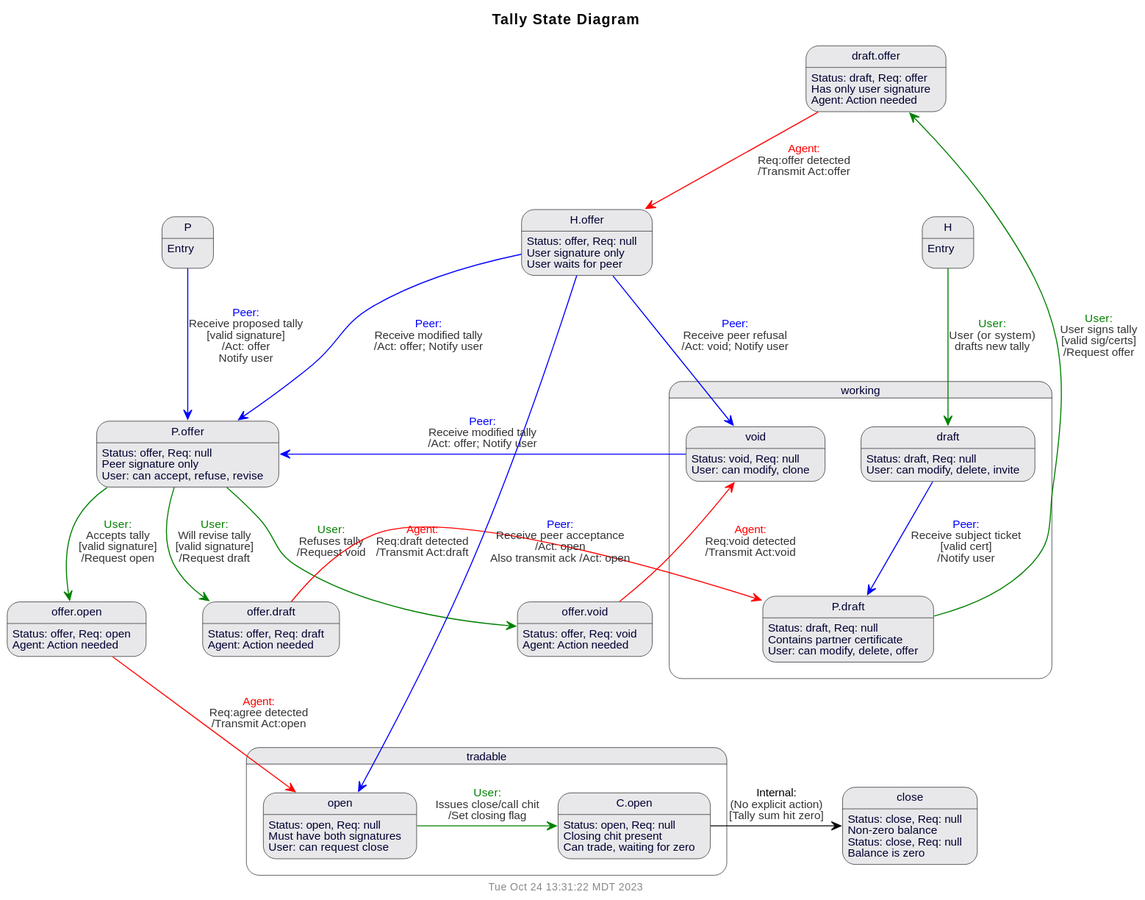
This is doc/uml/state-tally.svg from gotchoices/MyCHIPs, a PlantUML export, as it was before one commit.
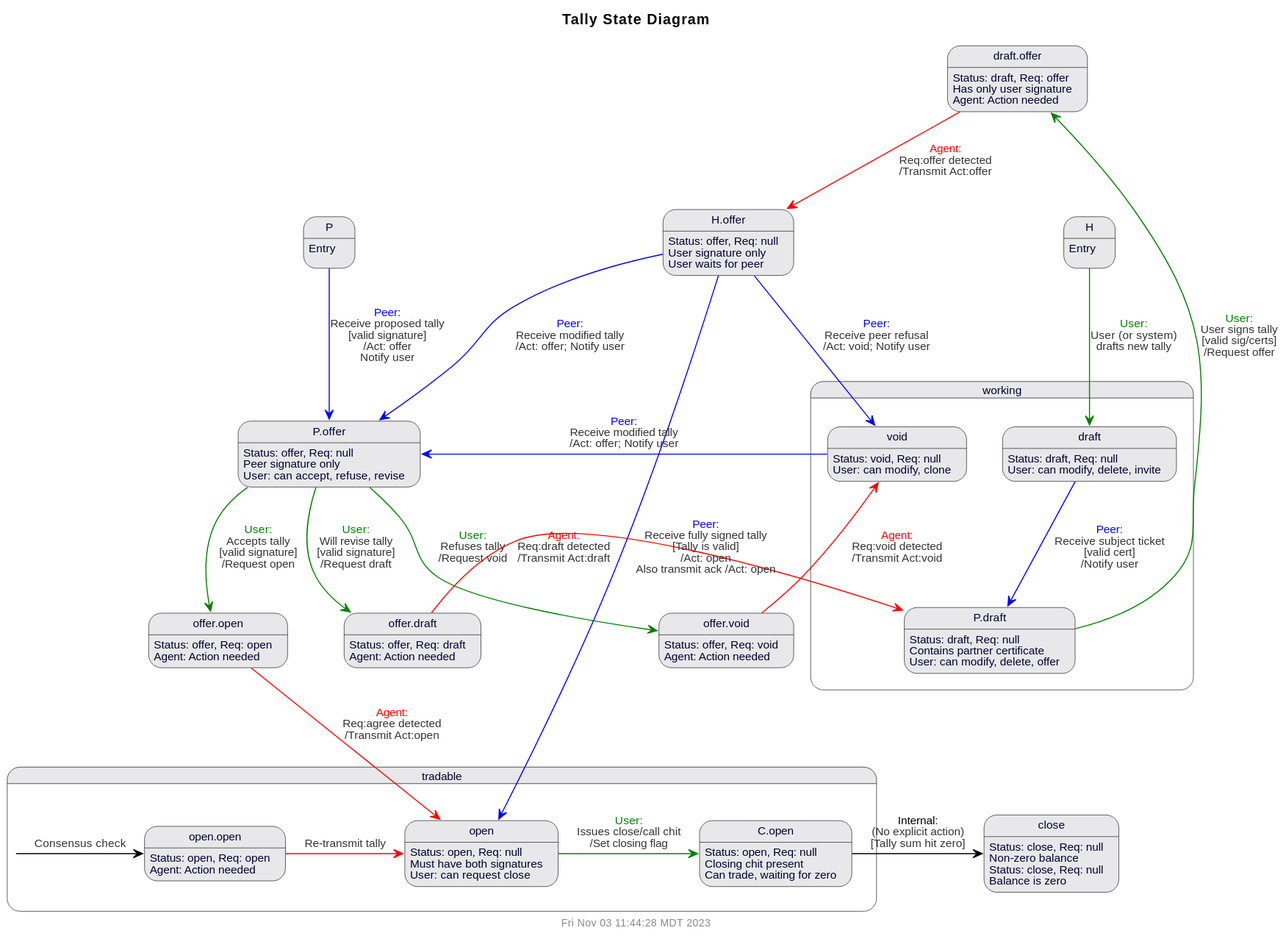
The same diagram one commit later.

Change to the diagram source:
```diff
@@ -13,6 +13,7 @@
 }
 state tradable {
   state "open" as open
+  state "open.open" as openOpen
   state "C.open" as cOpen
 }
 state "P.offer" as pOffer
@@ -40,6 +41,9 @@
 draftOffer : Status: draft, Req: offer
 draftOffer : Has only user signature
 draftOffer : Agent: Action needed
+
+openOpen : Status: open, Req: open
+openOpen : Agent: Action needed
 
 void : Status: void, Req: null
 void : User: can modify, clone
@@ -83,7 +87,7 @@
 
 draftOffer -[$db]-> hOffer : $trans($db,Req:offer detected,,Transmit Act:offer)
 
-hOffer -[$peer]-> open : $trans($peer, Receive peer acceptance, '', Act: open\nAlso transmit ack /Act: open)
+hOffer -[$peer]-> open : $trans($peer, Receive fully signed tally, 'Tally is valid', Act: open\nAlso transmit ack /Act: open)
 
 hOffer -[$peer]-> void : $trans($peer,Receive peer refusal, '', Act: void; Notify user)
 hOffer -[$peer]-> pOffer : $trans($peer,Receive modified tally, '', Act: offer; Notify user)
@@ -91,4 +95,7 @@
 
 open -right[$user]-> cOpen : $trans($user, Issues close/call chit, '', Set closing flag)
 cOpen -right-> close : $trans(Internal,'(No explicit action)',Tally sum hit zero)
+
+tradable -right-> openOpen : Consensus check
+openOpen -right[$db]-> open : Re-transmit tally
 @enduml
```
